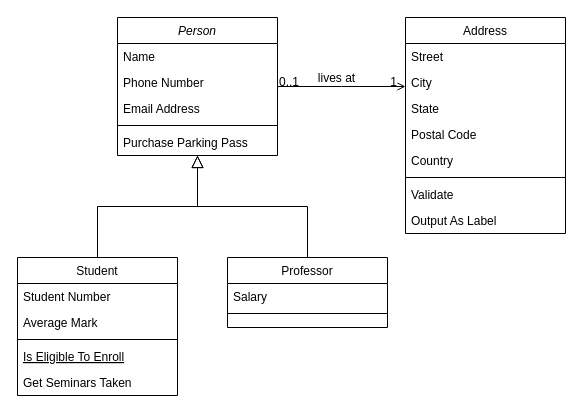
The draw.io diagram diagramaDEclasses.drawio in fe1ipesena/biblioteca-Java-Swing, before the edit. Source tidied: cells renumbered, new cells numbered last; positions are measured from the earlier drawing's top-left corner, leaving out a move shared by most shapes. Both pictures are drawn from the tidied source at 100%, with x=0, y=0 at pixel (17, 17).
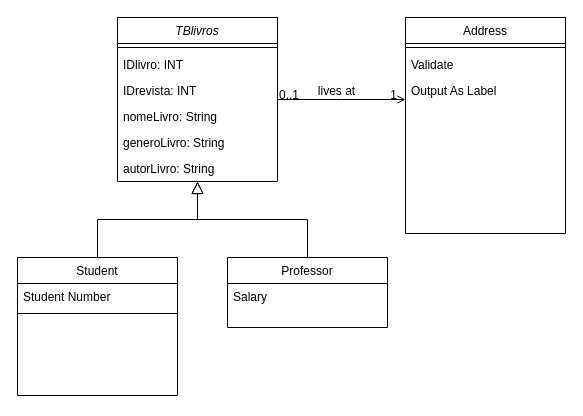
The same page after the edit.

The change refers to these unchanged cells:
```xml
<mxCell id="8" value="Student" style="swimlane;fontStyle=0;align=center;verticalAlign=top;horizontal=1;startSize=26;rounded=0;shadow=0;strokeWidth=1;" parent="1" vertex="1">
  <mxGeometry y="240" width="160" height="138" as="geometry" />
</mxCell>
<mxCell id="15" value="Professor" style="swimlane;fontStyle=0;align=center;verticalAlign=top;horizontal=1;startSize=26;rounded=0;shadow=0;strokeWidth=1;" parent="1" vertex="1">
  <mxGeometry x="210" y="240" width="160" height="70" as="geometry" />
</mxCell>
<mxCell id="19" value="Address" style="swimlane;fontStyle=0;align=center;verticalAlign=top;horizontal=1;startSize=26;rounded=0;shadow=0;strokeWidth=1;" parent="1" vertex="1">
  <mxGeometry x="388" width="160" height="216" as="geometry" />
</mxCell>
```

Change to the diagram source:
```diff
@@
-    <mxCell id="2" value="Person" style="swimlane;fontStyle=2;align=center;verticalAlign=top;horizontal=1;startSize=26;rounded=0;shadow=0;strokeWidth=1;" parent="1" vertex="1">
-      <mxGeometry x="100" width="160" height="138" as="geometry" />
+    <mxCell id="2" value="TBlivros" style="swimlane;fontStyle=2;align=center;verticalAlign=top;horizontal=1;startSize=26;rounded=0;shadow=0;strokeWidth=1;" parent="1" vertex="1">
+      <mxGeometry x="100" width="160" height="164" as="geometry" />
     </mxCell>
-    <mxCell id="3" value="Name" style="text;align=left;verticalAlign=top;spacingLeft=4;spacingRight=4;overflow=hidden;" parent="2" vertex="1">
-      <mxGeometry y="26" width="160" height="26" as="geometry" />
-    </mxCell>
-    <mxCell id="4" value="Phone Number" style="text;align=left;verticalAlign=top;spacingLeft=4;spacingRight=4;overflow=hidden;rounded=0;shadow=0;html=0;" parent="2" vertex="1">
-      <mxGeometry y="52" width="160" height="26" as="geometry" />
-    </mxCell>
-    <mxCell id="5" value="Email Address" style="text;align=left;verticalAlign=top;spacingLeft=4;spacingRight=4;overflow=hidden;rounded=0;shadow=0;html=0;" parent="2" vertex="1">
-      <mxGeometry y="78" width="160" height="26" as="geometry" />
-    </mxCell>
     <mxCell id="6" style="line;html=1;strokeWidth=1;align=left;verticalAlign=middle;spacingTop=-1;spacingLeft=3;spacingRight=3;labelPosition=right;" parent="2" vertex="1">
-      <mxGeometry y="104" width="160" height="8" as="geometry" />
+      <mxGeometry y="26" width="160" height="8" as="geometry" />
     </mxCell>
-    <mxCell id="7" value="Purchase Parking Pass" style="text;align=left;verticalAlign=top;spacingLeft=4;spacingRight=4;overflow=hidden;" parent="2" vertex="1">
-      <mxGeometry y="112" width="160" height="26" as="geometry" />
+    <mxCell id="7" value="IDlivro: INT" style="text;align=left;verticalAlign=top;spacingLeft=4;spacingRight=4;overflow=hidden;" parent="2" vertex="1">
+      <mxGeometry y="34" width="160" height="26" as="geometry" />
     </mxCell>
+    <mxCell id="32" value="IDrevista: INT" style="text;align=left;verticalAlign=top;spacingLeft=4;spacingRight=4;overflow=hidden;" parent="2" vertex="1">
+      <mxGeometry y="60" width="160" height="26" as="geometry" />
+    </mxCell>
+    <mxCell id="33" value="nomeLivro: String" style="text;align=left;verticalAlign=top;spacingLeft=4;spacingRight=4;overflow=hidden;" parent="2" vertex="1">
+      <mxGeometry y="86" width="160" height="26" as="geometry" />
+    </mxCell>
+    <mxCell id="34" value="generoLivro: String" style="text;align=left;verticalAlign=top;spacingLeft=4;spacingRight=4;overflow=hidden;" parent="2" vertex="1">
+      <mxGeometry y="112" width="160" height="26" as="geometry" />
+    </mxCell>
+    <mxCell id="35" value="autorLivro: String" style="text;align=left;verticalAlign=top;spacingLeft=4;spacingRight=4;overflow=hidden;" parent="2" vertex="1">
+      <mxGeometry y="138" width="160" height="26" as="geometry" />
+    </mxCell>
@@
-    <mxCell id="10" value="Average Mark" style="text;align=left;verticalAlign=top;spacingLeft=4;spacingRight=4;overflow=hidden;rounded=0;shadow=0;html=0;" parent="8" vertex="1">
-      <mxGeometry y="52" width="160" height="26" as="geometry" />
-    </mxCell>
     <mxCell id="11" style="line;html=1;strokeWidth=1;align=left;verticalAlign=middle;spacingTop=-1;spacingLeft=3;spacingRight=3;labelPosition=right;" parent="8" vertex="1">
-      <mxGeometry y="78" width="160" height="8" as="geometry" />
+      <mxGeometry y="52" width="160" height="8" as="geometry" />
     </mxCell>
-    <mxCell id="12" value="Is Eligible To Enroll" style="text;align=left;verticalAlign=top;spacingLeft=4;spacingRight=4;overflow=hidden;fontStyle=4;" parent="8" vertex="1">
-      <mxGeometry y="86" width="160" height="26" as="geometry" />
-    </mxCell>
-    <mxCell id="13" value="Get Seminars Taken" style="text;align=left;verticalAlign=top;spacingLeft=4;spacingRight=4;overflow=hidden;" parent="8" vertex="1">
-      <mxGeometry y="112" width="160" height="26" as="geometry" />
-    </mxCell>
@@
-    <mxCell id="17" style="line;html=1;strokeWidth=1;align=left;verticalAlign=middle;spacingTop=-1;spacingLeft=3;spacingRight=3;labelPosition=right;" parent="15" vertex="1">
-      <mxGeometry y="52" width="160" height="8" as="geometry" />
-    </mxCell>
@@
-    <mxCell id="20" value="Street" style="text;align=left;verticalAlign=top;spacingLeft=4;spacingRight=4;overflow=hidden;" parent="19" vertex="1">
-      <mxGeometry y="26" width="160" height="26" as="geometry" />
-    </mxCell>
-    <mxCell id="21" value="City" style="text;align=left;verticalAlign=top;spacingLeft=4;spacingRight=4;overflow=hidden;rounded=0;shadow=0;html=0;" parent="19" vertex="1">
-      <mxGeometry y="52" width="160" height="26" as="geometry" />
-    </mxCell>
-    <mxCell id="22" value="State" style="text;align=left;verticalAlign=top;spacingLeft=4;spacingRight=4;overflow=hidden;rounded=0;shadow=0;html=0;" parent="19" vertex="1">
-      <mxGeometry y="78" width="160" height="26" as="geometry" />
-    </mxCell>
-    <mxCell id="23" value="Postal Code" style="text;align=left;verticalAlign=top;spacingLeft=4;spacingRight=4;overflow=hidden;rounded=0;shadow=0;html=0;" parent="19" vertex="1">
-      <mxGeometry y="104" width="160" height="26" as="geometry" />
-    </mxCell>
-    <mxCell id="24" value="Country" style="text;align=left;verticalAlign=top;spacingLeft=4;spacingRight=4;overflow=hidden;rounded=0;shadow=0;html=0;" parent="19" vertex="1">
-      <mxGeometry y="130" width="160" height="26" as="geometry" />
-    </mxCell>
     <mxCell id="25" style="line;html=1;strokeWidth=1;align=left;verticalAlign=middle;spacingTop=-1;spacingLeft=3;spacingRight=3;labelPosition=right;" parent="19" vertex="1">
-      <mxGeometry y="156" width="160" height="8" as="geometry" />
+      <mxGeometry y="26" width="160" height="8" as="geometry" />
     </mxCell>
     <mxCell id="26" value="Validate" style="text;align=left;verticalAlign=top;spacingLeft=4;spacingRight=4;overflow=hidden;" parent="19" vertex="1">
-      <mxGeometry y="164" width="160" height="26" as="geometry" />
+      <mxGeometry y="34" width="160" height="26" as="geometry" />
     </mxCell>
     <mxCell id="27" value="Output As Label" style="text;align=left;verticalAlign=top;spacingLeft=4;spacingRight=4;overflow=hidden;" parent="19" vertex="1">
-      <mxGeometry y="190" width="160" height="26" as="geometry" />
+      <mxGeometry y="60" width="160" height="26" as="geometry" />
     </mxCell>
```
